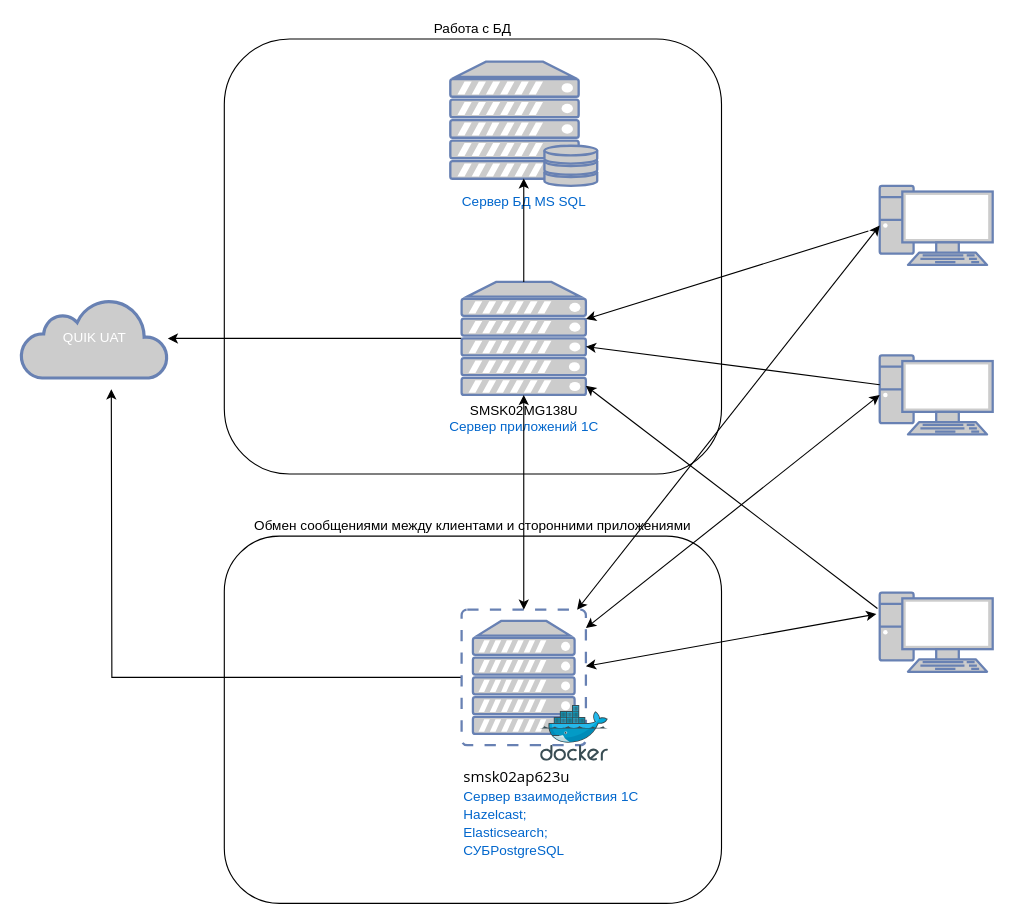
Above: СерверВзаимодействия1С-Фронт.drawio in av-konst/draw-io (draw.io), before the change. Source tidied: cells renumbered, new cells numbered last; positions are measured from the earlier drawing's top-left corner, leaving out a move shared by most shapes. Both pictures are drawn from the tidied source at 113%, with x=0, y=0 at pixel (20, 38).
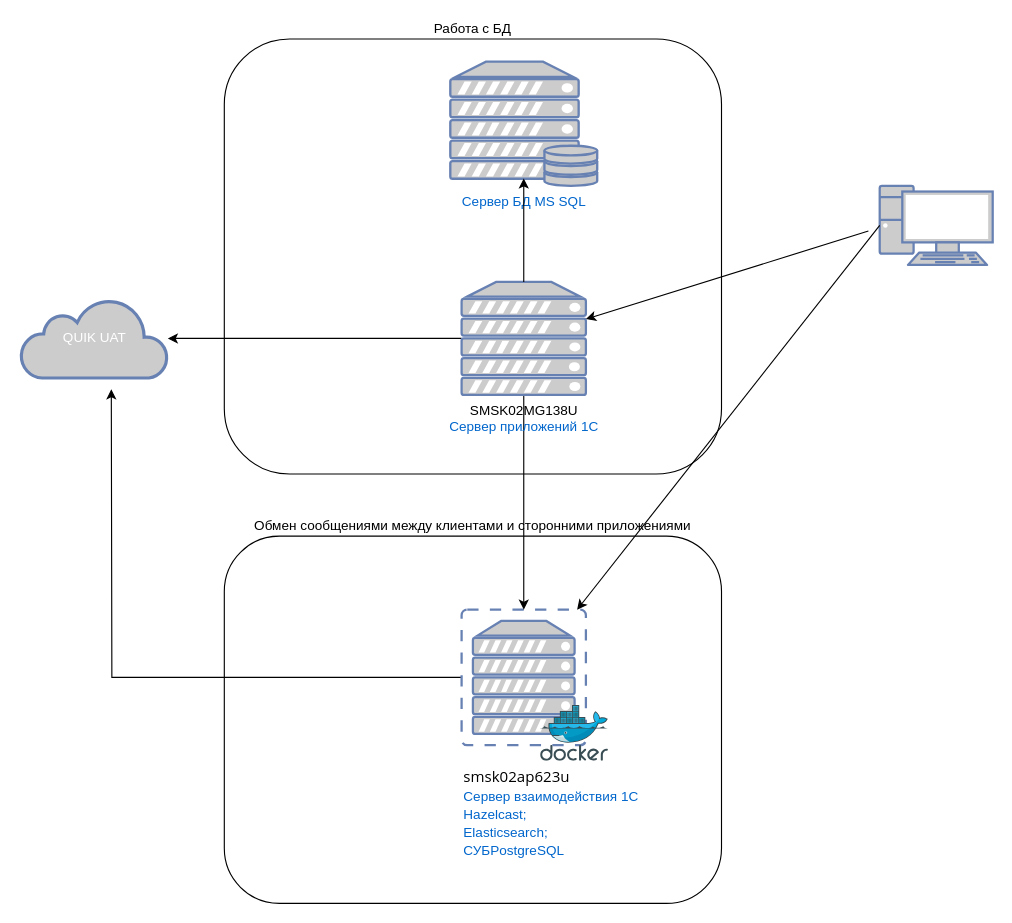
The same diagram, later.

The change refers to these unchanged cells:
```xml
<mxCell id="6" style="fontColor=#0066CC;verticalAlign=top;verticalLabelPosition=bottom;labelPosition=center;align=center;html=1;fillColor=#CCCCCC;strokeColor=#6881B3;gradientColor=none;gradientDirection=north;strokeWidth=2;shape=mxgraph.networks.pc;rounded=0;shadow=0;comic=0;" parent="1" vertex="1">
  <mxGeometry x="760" y="130" width="100" height="70" as="geometry" />
</mxCell>
<mxCell id="8" value="&lt;pre style=&quot;text-indent: -18pt; contain: content;&quot;&gt;&lt;div style=&quot;page: WordSection1; color: rgb(0, 0, 0); font-size: medium; text-indent: 0px; white-space: normal;&quot; class=&quot;WordSection1&quot;&gt;&lt;p style=&quot;margin: 0cm 0cm 0.0001pt; line-height: normal; font-size: 11pt; font-family: Calibri, sans-serif;&quot; class=&quot;MsoNormal&quot;&gt;&lt;span style=&quot;font-size: 10pt; font-family: &amp;quot;Segoe UI&amp;quot;, sans-serif;&quot;&gt;smsk02ap623u&lt;/span&gt;&lt;/p&gt;&lt;p style=&quot;margin: 0cm 0cm 0.0001pt; line-height: normal; font-size: 11pt; font-family: Calibri, sans-serif;&quot; class=&quot;MsoNormal&quot;&gt;&lt;span style=&quot;background-color: initial; font-size: 12px; font-family: Helvetica; text-indent: -18pt; color: rgb(0, 102, 204); text-wrap: nowrap;&quot;&gt;Сервер взаимодействия 1С&lt;/span&gt;&lt;/p&gt;&lt;p style=&quot;margin: 0cm 0cm 0.0001pt; line-height: normal; font-size: 11pt; font-family: Calibri, sans-serif;&quot; class=&quot;MsoNormal&quot;&gt;&lt;span style=&quot;font-size: 12px; font-family: Helvetica; text-indent: -18pt; background-color: initial; color: rgb(0, 102, 204); text-wrap: nowrap;&quot;&gt;Hazelcast;&lt;/span&gt;&lt;/p&gt;&lt;p style=&quot;margin: 0cm 0cm 0.0001pt; line-height: normal; font-size: 11pt; font-family: Calibri, sans-serif;&quot; class=&quot;MsoNormal&quot;&gt;&lt;span style=&quot;background-color: initial; text-indent: -18pt; font-size: 12px; font-family: Helvetica; color: rgb(0, 102, 204); text-wrap: nowrap;&quot;&gt;Elasticsearch;&lt;/span&gt;&lt;/p&gt;&lt;p style=&quot;margin: 0cm 0cm 0.0001pt; line-height: normal; font-size: 11pt; font-family: Calibri, sans-serif;&quot; class=&quot;MsoNormal&quot;&gt;&lt;span style=&quot;background-color: initial; font-size: 12px; font-family: Helvetica; text-indent: -18pt; color: rgb(0, 102, 204); text-wrap: nowrap;&quot;&gt;СУБPostgreSQL&amp;nbsp;&lt;/span&gt;&lt;/p&gt;&lt;/div&gt;&lt;/pre&gt;" style="fontColor=#0066CC;verticalAlign=top;verticalLabelPosition=bottom;labelPosition=center;align=left;html=1;outlineConnect=0;fillColor=#CCCCCC;strokeColor=#6881B3;gradientColor=none;gradientDirection=north;strokeWidth=2;shape=mxgraph.networks.virtual_server;" parent="1" vertex="1">
  <mxGeometry x="390" y="505" width="110" height="120" as="geometry" />
</mxCell>
<mxCell id="11" value="&lt;div&gt;&lt;font color=&quot;#000000&quot;&gt;SMSK02MG138U&lt;/font&gt;&lt;br&gt;&lt;/div&gt;Сервер приложений 1С" style="fontColor=#0066CC;verticalAlign=top;verticalLabelPosition=bottom;labelPosition=center;align=center;html=1;outlineConnect=0;fillColor=#CCCCCC;strokeColor=#6881B3;gradientColor=none;gradientDirection=north;strokeWidth=2;shape=mxgraph.networks.server;" parent="1" vertex="1">
  <mxGeometry x="390" y="215" width="110" height="100" as="geometry" />
</mxCell>
```

The edit, as a diff of the source:
```diff
@@
-    <mxCell id="4" style="fontColor=#0066CC;verticalAlign=top;verticalLabelPosition=bottom;labelPosition=center;align=center;html=1;fillColor=#CCCCCC;strokeColor=#6881B3;gradientColor=none;gradientDirection=north;strokeWidth=2;shape=mxgraph.networks.pc;rounded=0;shadow=0;comic=0;" parent="1" vertex="1">
-      <mxGeometry x="760" y="490" width="100" height="70" as="geometry" />
-    </mxCell>
-    <mxCell id="5" style="fontColor=#0066CC;verticalAlign=top;verticalLabelPosition=bottom;labelPosition=center;align=center;html=1;fillColor=#CCCCCC;strokeColor=#6881B3;gradientColor=none;gradientDirection=north;strokeWidth=2;shape=mxgraph.networks.pc;rounded=0;shadow=0;comic=0;" parent="1" vertex="1">
-      <mxGeometry x="760" y="280" width="100" height="70" as="geometry" />
-    </mxCell>
@@
+    <mxCell id="22" style="edgeStyle=orthogonalEdgeStyle;rounded=0;jettySize=auto;html=1;" parent="1" edge="1" source="11" target="8">
+      <mxGeometry relative="1" as="geometry" />
+    </mxCell>
@@
-    <mxCell id="13" style="endArrow=classic;startArrow=classic;html=1;rounded=0;entryX=-0.03;entryY=0.271;entryDx=0;entryDy=0;entryPerimeter=0;" parent="1" edge="1" source="8" target="4">
-      <mxGeometry relative="1" as="geometry" />
-    </mxCell>
-    <mxCell id="14" style="endArrow=classic;startArrow=classic;html=1;rounded=0;entryX=0;entryY=0.5;entryDx=0;entryDy=0;entryPerimeter=0;" parent="1" edge="1" source="8" target="5">
-      <mxGeometry relative="1" as="geometry" />
-    </mxCell>
-    <mxCell id="15" style="endArrow=classic;startArrow=classic;html=1;rounded=0;entryX=0;entryY=0.5;entryDx=0;entryDy=0;entryPerimeter=0;" parent="1" edge="1" source="8" target="6">
-      <mxGeometry relative="1" as="geometry" />
-    </mxCell>
-    <mxCell id="16" style="endArrow=classic;startArrow=classic;html=1;rounded=0;exitX=0.5;exitY=0;exitDx=0;exitDy=0;exitPerimeter=0;" parent="1" edge="1" source="8" target="11">
-      <mxGeometry relative="1" as="geometry" />
-    </mxCell>
@@
-    <mxCell id="19" style="endArrow=classic;html=1;rounded=0;exitX=-0.02;exitY=0.2;exitDx=0;exitDy=0;exitPerimeter=0;" parent="1" edge="1" source="4" target="11">
-      <mxGeometry relative="1" as="geometry" />
-    </mxCell>
-    <mxCell id="20" style="endArrow=classic;html=1;rounded=0;exitX=0;exitY=0.371;exitDx=0;exitDy=0;exitPerimeter=0;" parent="1" edge="1" source="5" target="11">
-      <mxGeometry relative="1" as="geometry" />
-    </mxCell>
@@
+    <mxCell id="23" style="endArrow=classic;html=1;rounded=0;exitX=0;exitY=0.5;exitDx=0;exitDy=0;exitPerimeter=0;" parent="1" edge="1" source="6" target="8">
+      <mxGeometry relative="1" as="geometry" />
+    </mxCell>
```
